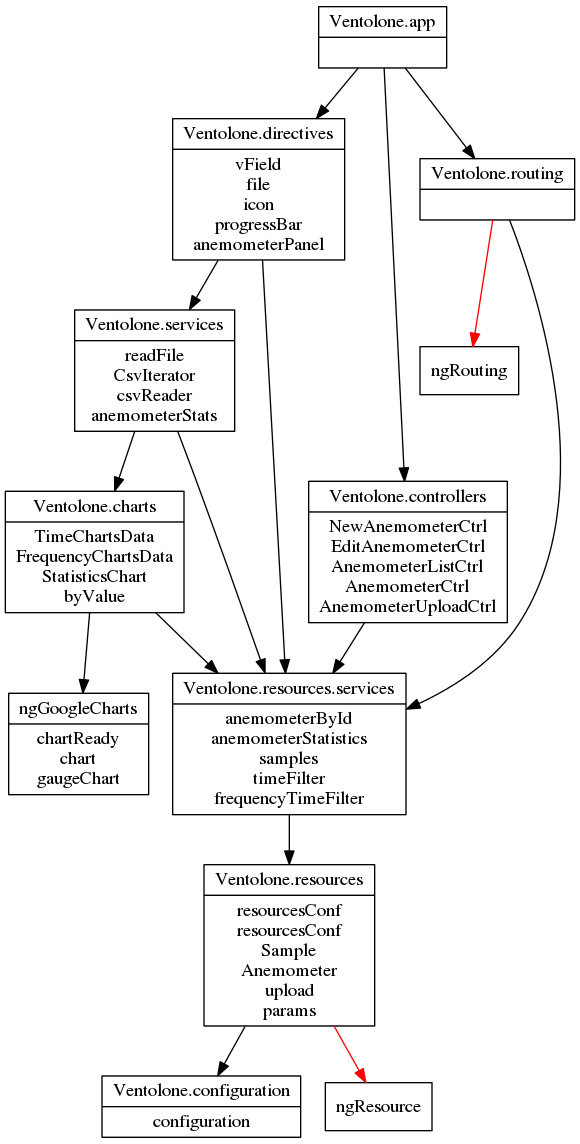
The Graphviz diagram dependencies-graph.png in VentolONE/ventolone-app, before a commit. Its source is kept beside it as dependencies-graph.dot.
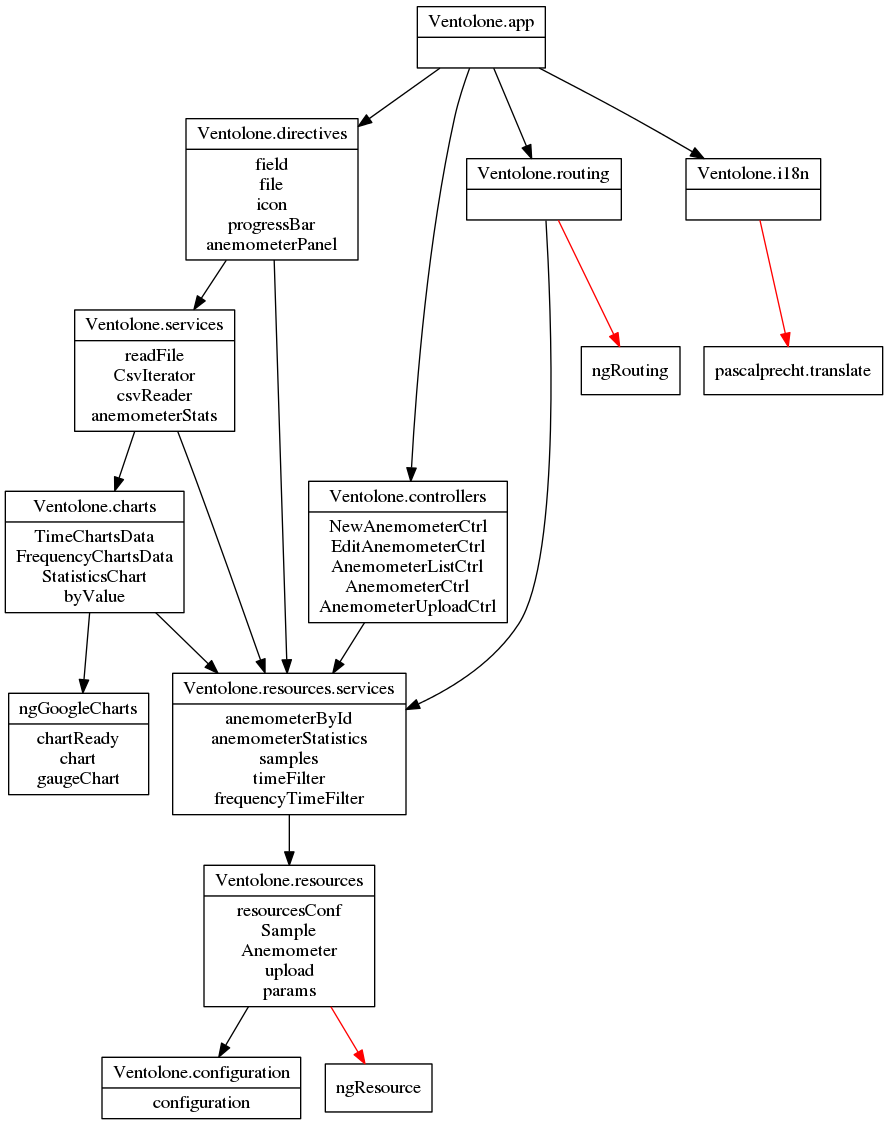
After the change.

What changed in the source:
```diff
@@ -3,11 +3,12 @@
   "Ventolone.charts"[label="{Ventolone.charts|TimeChartsData\nFrequencyChartsData\nStatisticsChart\nbyValue}"]
   "Ventolone.configuration"[label="{Ventolone.configuration|configuration}"]
   "Ventolone.controllers"[label="{Ventolone.controllers|NewAnemometerCtrl\nEditAnemometerCtrl\nAnemometerListCtrl\nAnemometerCtrl\nAnemometerUploadCtrl}"]
-  "Ventolone.directives"[label="{Ventolone.directives|vField\nfile\nicon\nprogressBar\nanemometerPanel}"]
+  "Ventolone.directives"[label="{Ventolone.directives|field\nfile\nicon\nprogressBar\nanemometerPanel}"]
   "ngGoogleCharts"[label="{ngGoogleCharts|chartReady\nchart\ngaugeChart}"]
+  "Ventolone.i18n"[label="{Ventolone.i18n|}"]
   "Ventolone.app"[label="{Ventolone.app|}"]
   "Ventolone.resources.services"[label="{Ventolone.resources.services|anemometerById\nanemometerStatistics\nsamples\ntimeFilter\nfrequencyTimeFilter}"]
-  "Ventolone.resources"[label="{Ventolone.resources|resourcesConf\nresourcesConf\nSample\nAnemometer\nupload\nparams}"]
+  "Ventolone.resources"[label="{Ventolone.resources|resourcesConf\nSample\nAnemometer\nupload\nparams}"]
   "Ventolone.routing"[label="{Ventolone.routing|}"]
   "Ventolone.services"[label="{Ventolone.services|readFile\nCsvIterator\ncsvReader\nanemometerStats}"]
 
@@ -17,9 +18,11 @@
   "Ventolone.controllers" -> "Ventolone.resources.services"  [color="black"]
   "Ventolone.directives" -> "Ventolone.services"  [color="black"]
   "Ventolone.directives" -> "Ventolone.resources.services"  [color="black"]
+  "Ventolone.i18n" -> "pascalprecht.translate"  [color="red"]
   "Ventolone.app" -> "Ventolone.controllers"  [color="black"]
   "Ventolone.app" -> "Ventolone.directives"  [color="black"]
   "Ventolone.app" -> "Ventolone.routing"  [color="black"]
+  "Ventolone.app" -> "Ventolone.i18n"  [color="black"]
   "Ventolone.resources.services" -> "Ventolone.resources"  [color="black"]
   "Ventolone.resources" -> "ngResource"  [color="red"]
   "Ventolone.resources" -> "Ventolone.configuration"  [color="black"]
```
